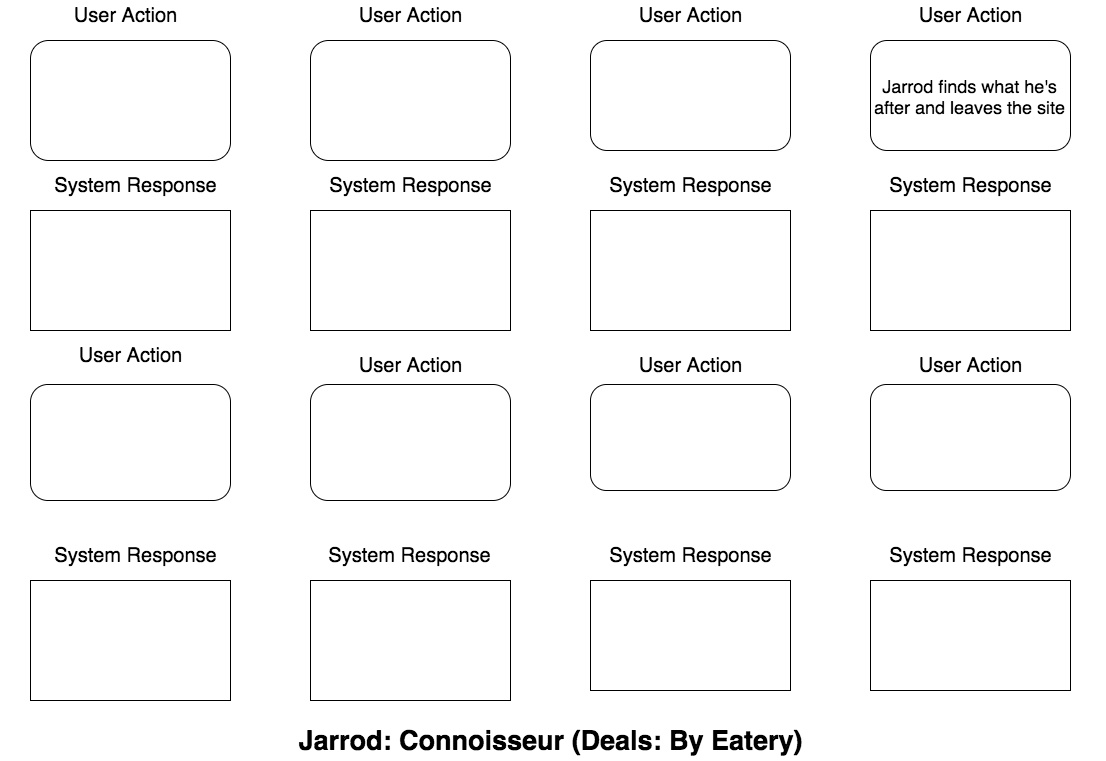
This is planning/user_journey_view_eatery_deals.png from dinhosang/cc_project_1_burger_deals, a draw.io export, as it was before one commit. Source tidied: cells renumbered, new cells last; positions are measured from the earlier drawing's top-left corner, leaving out a move shared by most shapes. Its diagram source:
```xml
<mxGraphModel background="#ffffff">
  <root>
    <mxCell id="0" />
    <mxCell id="1" parent="0" />
    <mxCell id="2" style="shape=ext;rounded=1;html=1;whiteSpace=wrap;" parent="1" vertex="1">
      <mxGeometry x="30" y="40" width="200" height="120" as="geometry" />
    </mxCell>
    <mxCell id="3" style="shape=ext;rounded=1;html=1;whiteSpace=wrap;" parent="1" vertex="1">
      <mxGeometry x="310" y="40" width="200" height="120" as="geometry" />
    </mxCell>
    <mxCell id="4" style="shape=ext;rounded=1;html=1;whiteSpace=wrap;" parent="1" vertex="1">
      <mxGeometry x="590" y="40" width="200" height="110" as="geometry" />
    </mxCell>
    <mxCell id="5" value="&lt;font style=&quot;font-size: 18px&quot;&gt;Jarrod finds what he's after and leaves the site&lt;/font&gt;" style="shape=ext;rounded=1;html=1;whiteSpace=wrap;" parent="1" vertex="1">
      <mxGeometry x="870" y="40" width="200" height="110" as="geometry" />
    </mxCell>
    <mxCell id="6" style="shape=ext;rounded=1;html=1;whiteSpace=wrap;" parent="1" vertex="1">
      <mxGeometry x="30" y="384" width="200" height="116" as="geometry" />
    </mxCell>
    <mxCell id="7" style="shape=ext;rounded=1;html=1;whiteSpace=wrap;" parent="1" vertex="1">
      <mxGeometry x="310" y="384" width="200" height="116" as="geometry" />
    </mxCell>
    <mxCell id="8" style="shape=ext;rounded=1;html=1;whiteSpace=wrap;" parent="1" vertex="1">
      <mxGeometry x="590" y="384" width="200" height="106" as="geometry" />
    </mxCell>
    <mxCell id="9" style="shape=ext;rounded=1;html=1;whiteSpace=wrap;" parent="1" vertex="1">
      <mxGeometry x="870" y="384" width="200" height="106" as="geometry" />
    </mxCell>
    <mxCell id="10" style="rounded=0;whiteSpace=wrap;html=1;" parent="1" vertex="1">
      <mxGeometry x="870" y="580" width="200" height="110" as="geometry" />
    </mxCell>
    <mxCell id="11" style="rounded=0;whiteSpace=wrap;html=1;" parent="1" vertex="1">
      <mxGeometry x="590" y="580" width="200" height="110" as="geometry" />
    </mxCell>
    <mxCell id="12" style="rounded=0;whiteSpace=wrap;html=1;" parent="1" vertex="1">
      <mxGeometry x="310" y="580" width="200" height="120" as="geometry" />
    </mxCell>
    <mxCell id="13" style="text;html=1;strokeColor=#000000;fillColor=#ffffff;align=center;verticalAlign=middle;whiteSpace=wrap;rounded=0;strokeWidth=1;" parent="1" vertex="1">
      <mxGeometry x="30" y="210" width="200" height="120" as="geometry" />
    </mxCell>
    <mxCell id="14" style="text;html=1;strokeColor=#000000;fillColor=#ffffff;align=center;verticalAlign=middle;whiteSpace=wrap;rounded=0;" parent="1" vertex="1">
      <mxGeometry x="870" y="210" width="200" height="120" as="geometry" />
    </mxCell>
    <mxCell id="15" style="text;html=1;strokeColor=#000000;fillColor=#ffffff;align=center;verticalAlign=middle;whiteSpace=wrap;rounded=0;" parent="1" vertex="1">
      <mxGeometry x="590" y="210" width="200" height="120" as="geometry" />
    </mxCell>
    <mxCell id="16" style="text;html=1;strokeColor=#000000;fillColor=#ffffff;align=center;verticalAlign=middle;whiteSpace=wrap;rounded=0;" parent="1" vertex="1">
      <mxGeometry x="310" y="210" width="200" height="120" as="geometry" />
    </mxCell>
    <mxCell id="17" style="text;html=1;strokeColor=#000000;fillColor=#ffffff;align=center;verticalAlign=middle;whiteSpace=wrap;rounded=0;" parent="1" vertex="1">
      <mxGeometry x="30" y="580" width="200" height="120" as="geometry" />
    </mxCell>
    <mxCell id="18" value="&lt;font style=&quot;font-size: 20px&quot;&gt;User Action&lt;/font&gt;" style="text;html=1;strokeColor=none;fillColor=none;align=center;verticalAlign=middle;whiteSpace=wrap;rounded=0;fontStyle=0;" parent="1" vertex="1">
      <mxGeometry x="30" width="190" height="30" as="geometry" />
    </mxCell>
    <mxCell id="19" value="&lt;div style=&quot;text-align: center&quot;&gt;&lt;font style=&quot;font-size: 20px&quot;&gt;System Response&lt;/font&gt;&lt;/div&gt;" style="text;html=1;strokeColor=none;fillColor=none;align=center;verticalAlign=middle;whiteSpace=wrap;rounded=0;" parent="1" vertex="1">
      <mxGeometry y="170" width="270" height="30" as="geometry" />
    </mxCell>
    <mxCell id="20" value="&lt;font style=&quot;font-size: 20px&quot;&gt;User Action&lt;/font&gt;" style="text;html=1;strokeColor=none;fillColor=none;align=center;verticalAlign=middle;whiteSpace=wrap;rounded=0;" parent="1" vertex="1">
      <mxGeometry x="35" y="340" width="190" height="30" as="geometry" />
    </mxCell>
    <mxCell id="21" value="&lt;div style=&quot;text-align: center&quot;&gt;&lt;font style=&quot;font-size: 20px&quot;&gt;System Response&lt;/font&gt;&lt;/div&gt;" style="text;html=1;strokeColor=none;fillColor=none;align=center;verticalAlign=middle;whiteSpace=wrap;rounded=0;" parent="1" vertex="1">
      <mxGeometry y="540" width="270" height="30" as="geometry" />
    </mxCell>
    <mxCell id="22" value="&lt;div style=&quot;text-align: center&quot;&gt;&lt;font style=&quot;font-size: 20px&quot;&gt;System Response&lt;/font&gt;&lt;/div&gt;" style="text;html=1;strokeColor=none;fillColor=none;align=center;verticalAlign=middle;whiteSpace=wrap;rounded=0;" parent="1" vertex="1">
      <mxGeometry x="835" y="540" width="270" height="30" as="geometry" />
    </mxCell>
    <mxCell id="23" value="&lt;div style=&quot;text-align: center&quot;&gt;&lt;font style=&quot;font-size: 20px&quot;&gt;System Response&lt;/font&gt;&lt;/div&gt;" style="text;html=1;strokeColor=none;fillColor=none;align=center;verticalAlign=middle;whiteSpace=wrap;rounded=0;" parent="1" vertex="1">
      <mxGeometry x="555" y="540" width="270" height="30" as="geometry" />
    </mxCell>
    <mxCell id="24" value="&lt;div style=&quot;text-align: center&quot;&gt;&lt;font style=&quot;font-size: 20px&quot;&gt;System Response&lt;/font&gt;&lt;/div&gt;" style="text;html=1;strokeColor=none;fillColor=none;align=center;verticalAlign=middle;whiteSpace=wrap;rounded=0;" parent="1" vertex="1">
      <mxGeometry x="274" y="540" width="270" height="30" as="geometry" />
    </mxCell>
    <mxCell id="25" value="&lt;div style=&quot;text-align: center&quot;&gt;&lt;font style=&quot;font-size: 20px&quot;&gt;System Response&lt;/font&gt;&lt;/div&gt;" style="text;html=1;strokeColor=none;fillColor=none;align=center;verticalAlign=middle;whiteSpace=wrap;rounded=0;" parent="1" vertex="1">
      <mxGeometry x="835" y="170" width="270" height="30" as="geometry" />
    </mxCell>
    <mxCell id="26" value="&lt;div style=&quot;text-align: center&quot;&gt;&lt;font style=&quot;font-size: 20px&quot;&gt;System Response&lt;/font&gt;&lt;/div&gt;" style="text;html=1;strokeColor=none;fillColor=none;align=center;verticalAlign=middle;whiteSpace=wrap;rounded=0;" parent="1" vertex="1">
      <mxGeometry x="555" y="170" width="270" height="30" as="geometry" />
    </mxCell>
    <mxCell id="27" value="&lt;div style=&quot;text-align: center&quot;&gt;&lt;font style=&quot;font-size: 20px&quot;&gt;System Response&lt;/font&gt;&lt;/div&gt;" style="text;html=1;strokeColor=none;fillColor=none;align=center;verticalAlign=middle;whiteSpace=wrap;rounded=0;" parent="1" vertex="1">
      <mxGeometry x="275" y="170" width="270" height="30" as="geometry" />
    </mxCell>
    <mxCell id="28" value="&lt;font style=&quot;font-size: 20px&quot;&gt;User Action&lt;/font&gt;" style="text;html=1;strokeColor=none;fillColor=none;align=center;verticalAlign=middle;whiteSpace=wrap;rounded=0;" parent="1" vertex="1">
      <mxGeometry x="315" width="190" height="30" as="geometry" />
    </mxCell>
    <mxCell id="29" value="&lt;font style=&quot;font-size: 20px&quot;&gt;User Action&lt;/font&gt;" style="text;html=1;strokeColor=none;fillColor=none;align=center;verticalAlign=middle;whiteSpace=wrap;rounded=0;" parent="1" vertex="1">
      <mxGeometry x="875" y="350" width="190" height="30" as="geometry" />
    </mxCell>
    <mxCell id="30" value="&lt;font style=&quot;font-size: 20px&quot;&gt;User Action&lt;/font&gt;" style="text;html=1;strokeColor=none;fillColor=none;align=center;verticalAlign=middle;whiteSpace=wrap;rounded=0;" parent="1" vertex="1">
      <mxGeometry x="595" y="350" width="190" height="30" as="geometry" />
    </mxCell>
    <mxCell id="31" value="&lt;font style=&quot;font-size: 20px&quot;&gt;User Action&lt;/font&gt;" style="text;html=1;strokeColor=none;fillColor=none;align=center;verticalAlign=middle;whiteSpace=wrap;rounded=0;" parent="1" vertex="1">
      <mxGeometry x="315" y="350" width="190" height="30" as="geometry" />
    </mxCell>
    <mxCell id="32" value="&lt;font style=&quot;font-size: 20px&quot;&gt;User Action&lt;/font&gt;" style="text;html=1;strokeColor=none;fillColor=none;align=center;verticalAlign=middle;whiteSpace=wrap;rounded=0;" parent="1" vertex="1">
      <mxGeometry x="875" width="190" height="30" as="geometry" />
    </mxCell>
    <mxCell id="33" value="&lt;font style=&quot;font-size: 20px&quot;&gt;User Action&lt;/font&gt;" style="text;html=1;strokeColor=none;fillColor=none;align=center;verticalAlign=middle;whiteSpace=wrap;rounded=0;" parent="1" vertex="1">
      <mxGeometry x="595" width="190" height="30" as="geometry" />
    </mxCell>
    <mxCell id="34" value="&lt;font style=&quot;font-size: 27px&quot;&gt;&lt;b&gt;Jarrod: Connoisseur (Deals: By Eatery)&lt;/b&gt;&lt;/font&gt;" style="text;html=1;strokeColor=none;fillColor=none;align=center;verticalAlign=middle;whiteSpace=wrap;rounded=0;" parent="1" vertex="1">
      <mxGeometry x="250" y="720" width="600" height="40" as="geometry" />
    </mxCell>
  </root>
</mxGraphModel>
```
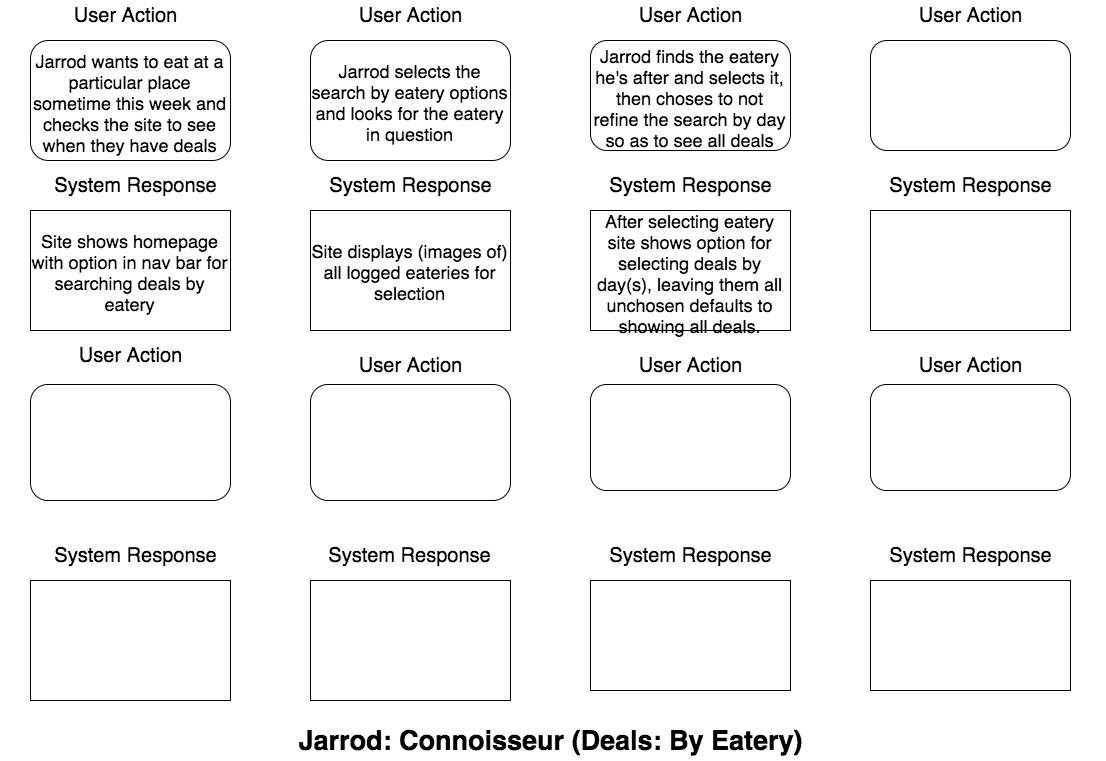
Later version of the same file.

What changed in the source:
```diff
@@ -2,16 +2,16 @@
   <root>
     <mxCell id="0" />
     <mxCell id="1" parent="0" />
-    <mxCell id="2" style="shape=ext;rounded=1;html=1;whiteSpace=wrap;" parent="1" vertex="1">
+    <mxCell id="2" value="&lt;font style=&quot;font-size: 18px&quot;&gt;Jarrod wants to eat at a particular place sometime this week and checks the site to see when they have deals&lt;/font&gt;" style="shape=ext;rounded=1;html=1;whiteSpace=wrap;" parent="1" vertex="1">
       <mxGeometry x="30" y="40" width="200" height="120" as="geometry" />
     </mxCell>
-    <mxCell id="3" style="shape=ext;rounded=1;html=1;whiteSpace=wrap;" parent="1" vertex="1">
+    <mxCell id="3" value="&lt;font style=&quot;font-size: 18px&quot;&gt;Jarrod selects the search by eatery options and looks for the eatery in question&lt;/font&gt;" style="shape=ext;rounded=1;html=1;whiteSpace=wrap;" parent="1" vertex="1">
       <mxGeometry x="310" y="40" width="200" height="120" as="geometry" />
     </mxCell>
-    <mxCell id="4" style="shape=ext;rounded=1;html=1;whiteSpace=wrap;" parent="1" vertex="1">
+    <mxCell id="4" value="&lt;font style=&quot;font-size: 18px&quot;&gt;Jarrod finds the eatery he's after and selects it, then choses to not refine the search by day so as to see all deals&lt;/font&gt;" style="shape=ext;rounded=1;html=1;whiteSpace=wrap;" parent="1" vertex="1">
       <mxGeometry x="590" y="40" width="200" height="110" as="geometry" />
     </mxCell>
-    <mxCell id="5" value="&lt;font style=&quot;font-size: 18px&quot;&gt;Jarrod finds what he's after and leaves the site&lt;/font&gt;" style="shape=ext;rounded=1;html=1;whiteSpace=wrap;" parent="1" vertex="1">
+    <mxCell id="5" style="shape=ext;rounded=1;html=1;whiteSpace=wrap;" parent="1" vertex="1">
       <mxGeometry x="870" y="40" width="200" height="110" as="geometry" />
     </mxCell>
     <mxCell id="6" style="shape=ext;rounded=1;html=1;whiteSpace=wrap;" parent="1" vertex="1">
@@ -35,16 +35,16 @@
     <mxCell id="12" style="rounded=0;whiteSpace=wrap;html=1;" parent="1" vertex="1">
       <mxGeometry x="310" y="580" width="200" height="120" as="geometry" />
     </mxCell>
-    <mxCell id="13" style="text;html=1;strokeColor=#000000;fillColor=#ffffff;align=center;verticalAlign=middle;whiteSpace=wrap;rounded=0;strokeWidth=1;" parent="1" vertex="1">
+    <mxCell id="13" value="&lt;font style=&quot;font-size: 18px&quot;&gt;Site shows homepage with option in nav bar for searching deals by eatery&lt;/font&gt;" style="text;html=1;strokeColor=#000000;fillColor=#ffffff;align=center;verticalAlign=middle;whiteSpace=wrap;rounded=0;strokeWidth=1;" parent="1" vertex="1">
       <mxGeometry x="30" y="210" width="200" height="120" as="geometry" />
     </mxCell>
     <mxCell id="14" style="text;html=1;strokeColor=#000000;fillColor=#ffffff;align=center;verticalAlign=middle;whiteSpace=wrap;rounded=0;" parent="1" vertex="1">
       <mxGeometry x="870" y="210" width="200" height="120" as="geometry" />
     </mxCell>
-    <mxCell id="15" style="text;html=1;strokeColor=#000000;fillColor=#ffffff;align=center;verticalAlign=middle;whiteSpace=wrap;rounded=0;" parent="1" vertex="1">
+    <mxCell id="15" value="&lt;font style=&quot;font-size: 18px&quot;&gt;After selecting eatery site shows option for selecting deals by day(s), leaving them all unchosen defaults to showing all deals.&lt;/font&gt;" style="text;html=1;strokeColor=#000000;fillColor=#ffffff;align=center;verticalAlign=middle;whiteSpace=wrap;rounded=0;" parent="1" vertex="1">
       <mxGeometry x="590" y="210" width="200" height="120" as="geometry" />
     </mxCell>
-    <mxCell id="16" style="text;html=1;strokeColor=#000000;fillColor=#ffffff;align=center;verticalAlign=middle;whiteSpace=wrap;rounded=0;" parent="1" vertex="1">
+    <mxCell id="16" value="&lt;font style=&quot;font-size: 18px&quot;&gt;Site displays (images of) all logged eateries for selection&lt;/font&gt;" style="text;html=1;strokeColor=#000000;fillColor=#ffffff;align=center;verticalAlign=middle;whiteSpace=wrap;rounded=0;" parent="1" vertex="1">
       <mxGeometry x="310" y="210" width="200" height="120" as="geometry" />
     </mxCell>
     <mxCell id="17" style="text;html=1;strokeColor=#000000;fillColor=#ffffff;align=center;verticalAlign=middle;whiteSpace=wrap;rounded=0;" parent="1" vertex="1">
```
